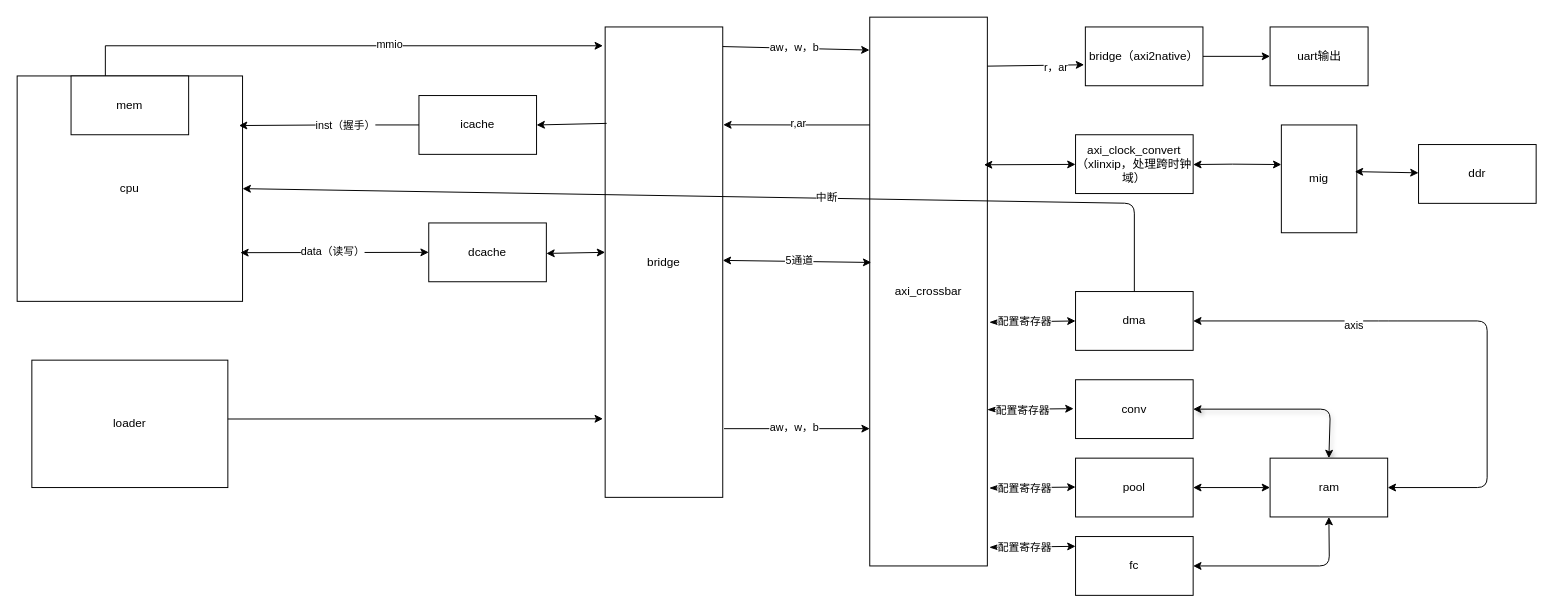
This is soc架构图.drawio from ssssss-dot/soc_learning, a draw.io file, before an edit. Source tidied: cells renumbered, new cells numbered last; positions are measured from the earlier drawing's top-left corner, leaving out a move shared by most shapes. Both pictures are drawn from the tidied source at 98%, with x=0, y=0 at pixel (17, 17).
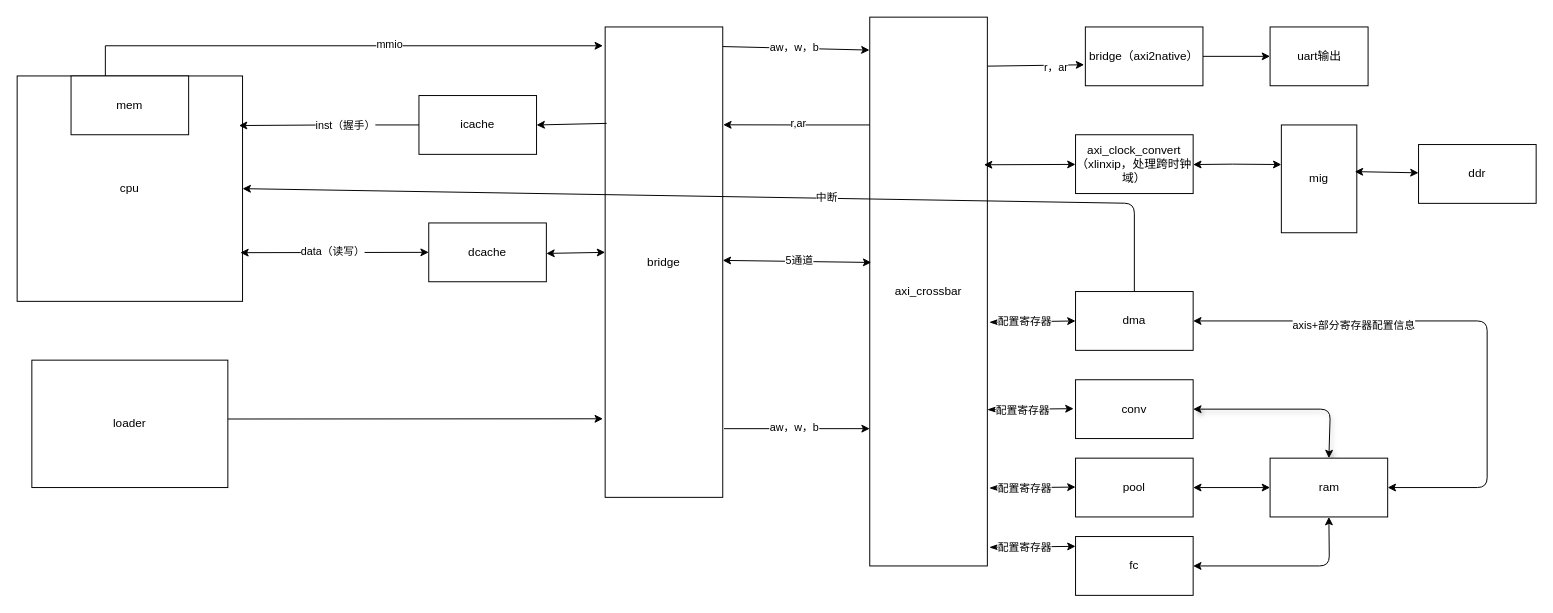
The same page after the edit.

Unchanged cells that the change refers to:
```xml
<mxCell id="38" value="dma" style="rounded=0;whiteSpace=wrap;html=1;" parent="1" vertex="1">
  <mxGeometry x="1080" y="280" width="120" height="60" as="geometry" />
</mxCell>
<mxCell id="48" value="ram" style="rounded=0;whiteSpace=wrap;html=1;" parent="1" vertex="1">
  <mxGeometry x="1278.5" y="450" width="120" height="60" as="geometry" />
</mxCell>
```

Diff of the diagram source:
```diff
@@
-    <mxCell id="34" style="edgeStyle=none;html=1;entryX=1;entryY=0.5;entryDx=0;entryDy=0;startArrow=classic;startFill=1;" parent="1" edge="1" source="38" target="48">
+    <mxCell id="34" style="edgeStyle=none;html=1;startArrow=classic;startFill=1;entryX=1;entryY=0.5;entryDx=0;entryDy=0;" parent="1" edge="1" source="38" target="48">
       <mxGeometry relative="1" as="geometry">
         <Array as="points">
           <mxPoint x="1399" y="310" />
           <mxPoint x="1500" y="310" />
           <mxPoint x="1500" y="480" />
         </Array>
       </mxGeometry>
     </mxCell>
-    <mxCell id="35" value="axis" style="edgeLabel;html=1;align=center;verticalAlign=middle;" parent="34" vertex="1">
+    <mxCell id="35" value="axis+部分寄存器配置信息" style="edgeLabel;html=1;align=center;verticalAlign=middle;" parent="34" vertex="1">
       <mxGeometry x="-0.43" y="-4" relative="1" as="geometry" />
     </mxCell>
```
